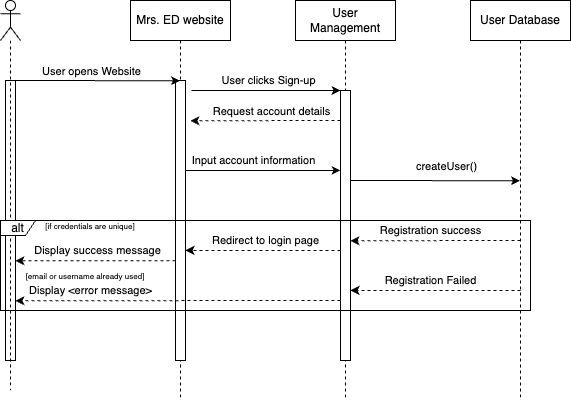
This is diagrams/UC4_Sequence_Diagram.drawio.png from uvic-teach/project-m1-team6, a draw.io export, as it was before one commit. Source tidied: cells renumbered, new cells last; positions are measured from the earlier drawing's top-left corner, leaving out a move shared by most shapes.
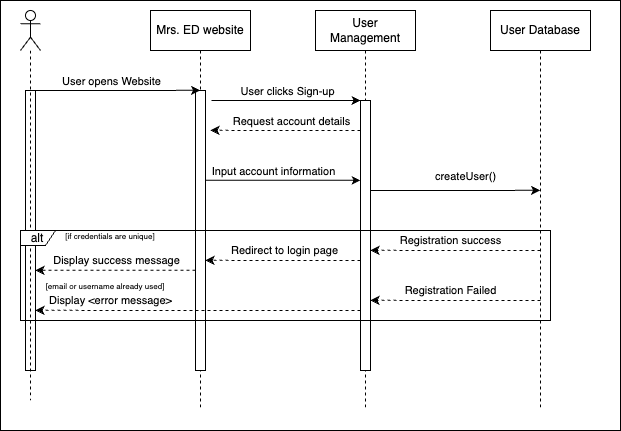
Above is the later version.

Change to the diagram source:
```diff
@@ -115,5 +115,8 @@
         <mxPoint x="340" y="250" as="sourcePoint" />
       </mxGeometry>
     </mxCell>
+    <mxCell id="28" style="rounded=0;whiteSpace=wrap;html=1;fillColor=none;" parent="1" vertex="1">
+      <mxGeometry x="-20" y="-10" width="620" height="430" as="geometry" />
+    </mxCell>
   </root>
 </mxGraphModel>
```
